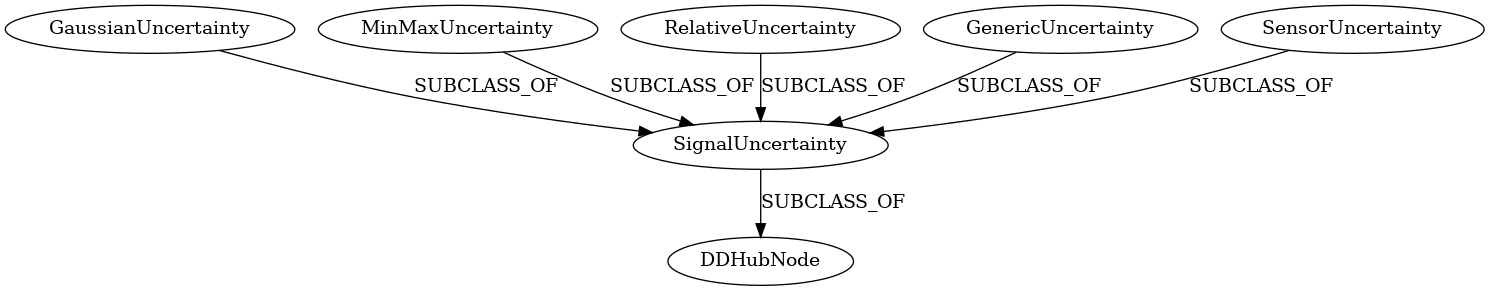
Above: docs/vocabulary_development/diagrams/generated/Uncertainty.png in D-WIS/DDHub-Semantic-Interoperability (Graphviz), before the change. Its source is kept beside it as docs/vocabulary_development/dotfiles/Uncertainty.dot. Source of this version:
```dot
strict digraph  {
DDHubNode;
GaussianUncertainty;
MinMaxUncertainty;
RelativeUncertainty;
GenericUncertainty;
SignalUncertainty;
SensorUncertainty;
GaussianUncertainty -> SignalUncertainty  [label=SUBCLASS_OF];
MinMaxUncertainty -> SignalUncertainty  [label=SUBCLASS_OF];
RelativeUncertainty -> SignalUncertainty  [label=SUBCLASS_OF];
GenericUncertainty -> SignalUncertainty  [label=SUBCLASS_OF];
SignalUncertainty -> DDHubNode  [label=SUBCLASS_OF];
SensorUncertainty -> SignalUncertainty  [label=SUBCLASS_OF];
}
```
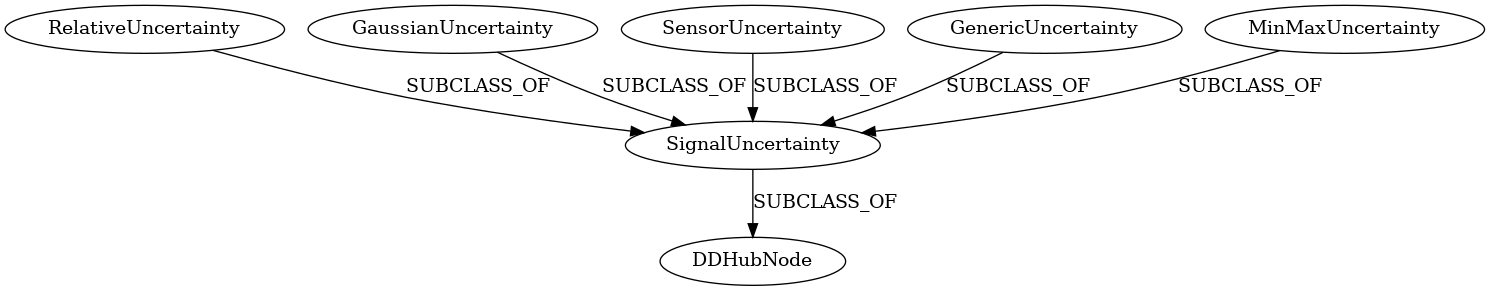
After the change.

What changed in the source:
```diff
@@ -1,15 +1,15 @@
 strict digraph  {
+RelativeUncertainty;
+GaussianUncertainty;
+SensorUncertainty;
+GenericUncertainty;
 DDHubNode;
-GaussianUncertainty;
+SignalUncertainty;
 MinMaxUncertainty;
-RelativeUncertainty;
-GenericUncertainty;
-SignalUncertainty;
-SensorUncertainty;
+RelativeUncertainty -> SignalUncertainty  [label=SUBCLASS_OF];
 GaussianUncertainty -> SignalUncertainty  [label=SUBCLASS_OF];
-MinMaxUncertainty -> SignalUncertainty  [label=SUBCLASS_OF];
-RelativeUncertainty -> SignalUncertainty  [label=SUBCLASS_OF];
+SensorUncertainty -> SignalUncertainty  [label=SUBCLASS_OF];
 GenericUncertainty -> SignalUncertainty  [label=SUBCLASS_OF];
 SignalUncertainty -> DDHubNode  [label=SUBCLASS_OF];
-SensorUncertainty -> SignalUncertainty  [label=SUBCLASS_OF];
+MinMaxUncertainty -> SignalUncertainty  [label=SUBCLASS_OF];
 }
```
